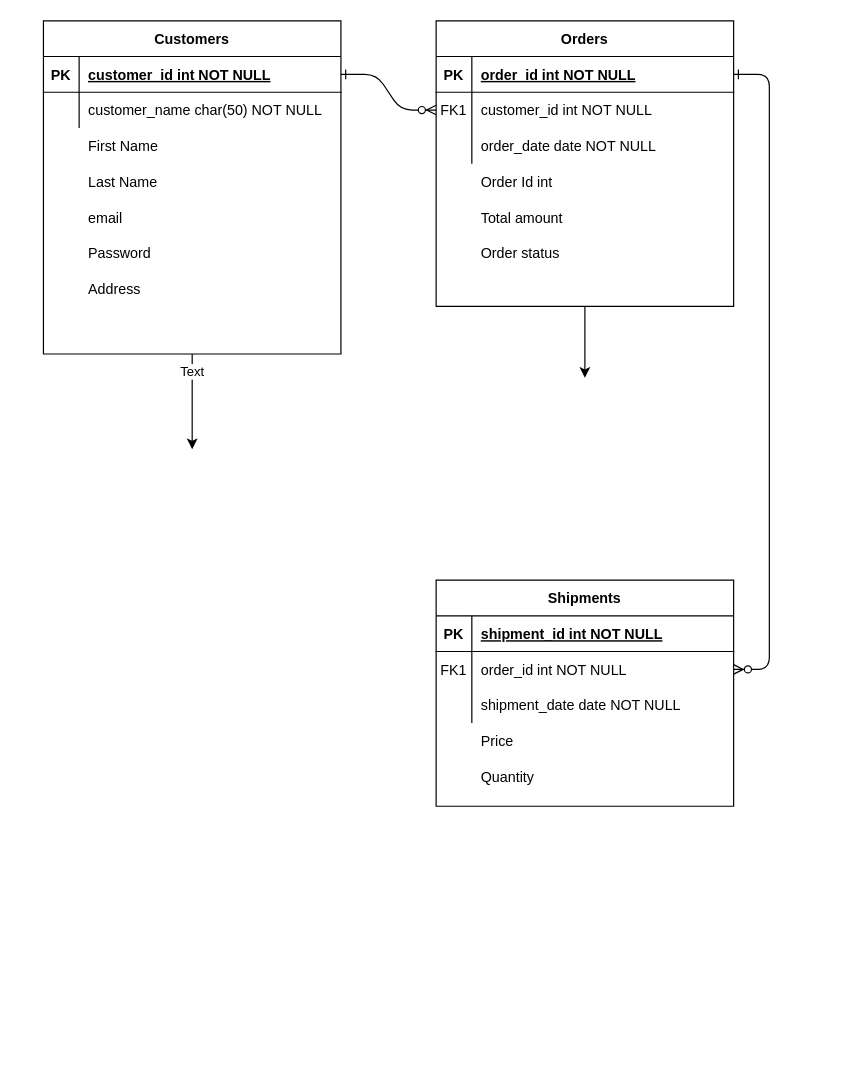
The draw.io diagram ecomapp/public/ecommapp.drawio in Basmo90/ecomm-app, before the edit. Source tidied: cells renumbered, new cells numbered last; positions are measured from the earlier drawing's top-left corner, leaving out a move shared by most shapes. Both pictures are drawn from the tidied source at 119%, with x=0, y=0 at pixel (43, 20).
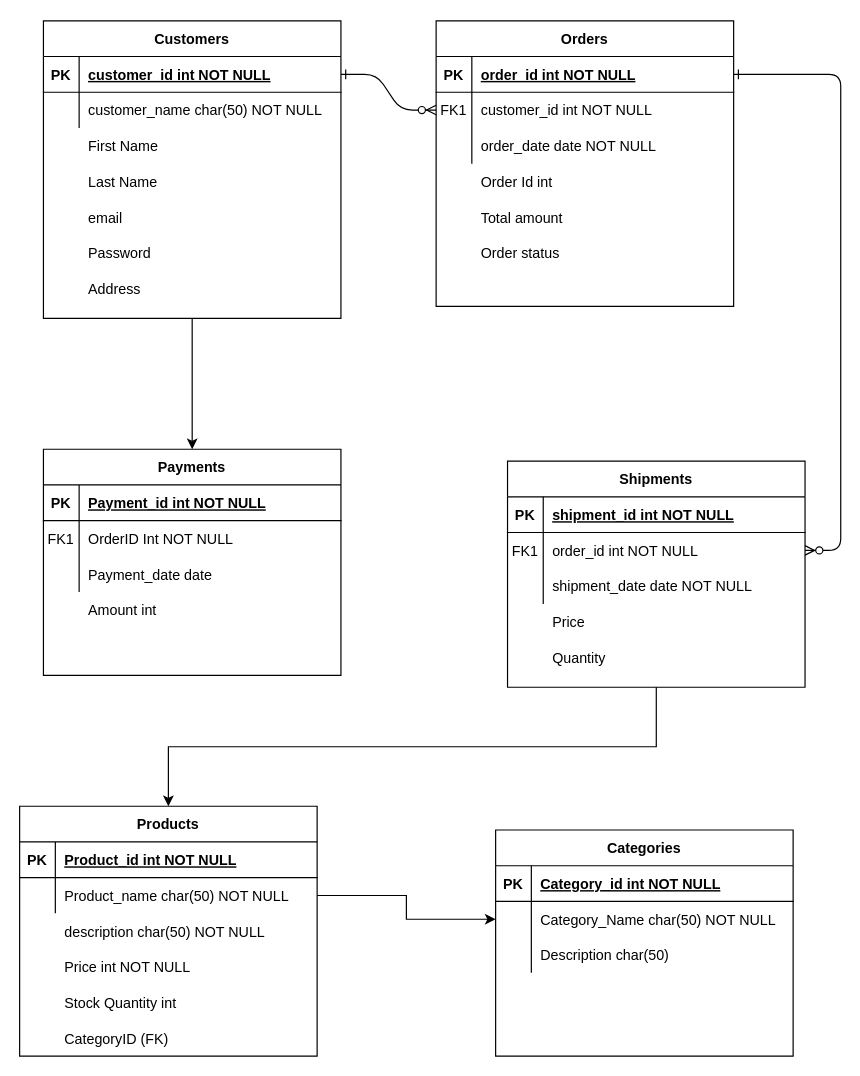
The same page after the edit.

Unchanged cells that the change refers to:
```xml
<mxCell id="5" value="Orders" style="shape=table;startSize=30;childLayout=tableLayout;rowLines=0;fontStyle=1;align=center;" parent="1" vertex="1">
  <mxGeometry x="330" width="250" height="240" as="geometry" />
</mxCell>
<mxCell id="25" style="edgeStyle=orthogonalEdgeStyle;rounded=0;jettySize=auto;html=1;" parent="1" edge="1" source="27">
  <mxGeometry relative="1" as="geometry">
    <mxPoint x="125" y="360" as="targetPoint" />
  </mxGeometry>
</mxCell>
```

What changed in the source:
```diff
@@
-    <mxCell id="4" style="edgeStyle=orthogonalEdgeStyle;rounded=0;jettySize=auto;html=1;exitX=0.5;exitY=1;exitDx=0;exitDy=0;" parent="1" edge="1" source="5">
-      <mxGeometry relative="1" as="geometry">
-        <mxPoint x="455" y="300" as="targetPoint" />
-      </mxGeometry>
-    </mxCell>
@@
-    <mxCell id="15" value="Shipments" style="shape=table;startSize=30;childLayout=tableLayout;rowLines=0;fontStyle=1;align=center;" parent="1" vertex="1">
-      <mxGeometry x="330" y="470" width="250" height="190" as="geometry" />
-    </mxCell>
-    <mxCell id="16" style="shape=partialRectangle;fillColor=none;top=0;left=0;right=0;bottom=1;" parent="15" vertex="1">
-      <mxGeometry y="30" width="250" height="30" as="geometry" />
-    </mxCell>
-    <mxCell id="17" value="PK" style="shape=partialRectangle;overflow=hidden;fillColor=none;top=0;left=0;bottom=0;right=0;fontStyle=1;" parent="16" vertex="1">
-      <mxGeometry width="30" height="30" as="geometry" />
-    </mxCell>
-    <mxCell id="18" value="shipment_id int NOT NULL " style="shape=partialRectangle;overflow=hidden;fillColor=none;top=0;left=0;bottom=0;right=0;align=left;spacingLeft=6;fontStyle=5;" parent="16" vertex="1">
-      <mxGeometry x="30" width="220" height="30" as="geometry" />
-    </mxCell>
-    <mxCell id="19" style="shape=partialRectangle;fillColor=none;points=[[0,0.5],[1,0.5]];portConstraint=eastwest;top=0;left=0;right=0;bottom=0;" parent="15" vertex="1">
-      <mxGeometry y="60" width="250" height="30" as="geometry" />
-    </mxCell>
-    <mxCell id="20" value="FK1" style="shape=partialRectangle;overflow=hidden;fillColor=none;top=0;left=0;bottom=0;right=0;" parent="19" vertex="1">
-      <mxGeometry width="30" height="30" as="geometry" />
-    </mxCell>
-    <mxCell id="21" value="order_id int NOT NULL" style="shape=partialRectangle;overflow=hidden;fillColor=none;top=0;left=0;bottom=0;right=0;align=left;spacingLeft=6;" parent="19" vertex="1">
-      <mxGeometry x="30" width="220" height="30" as="geometry" />
-    </mxCell>
-    <mxCell id="22" style="shape=partialRectangle;fillColor=none;top=0;left=0;right=0;bottom=0;" parent="15" vertex="1">
-      <mxGeometry y="90" width="250" height="30" as="geometry" />
-    </mxCell>
-    <mxCell id="23" style="shape=partialRectangle;overflow=hidden;fillColor=none;top=0;left=0;bottom=0;right=0;" parent="22" vertex="1">
-      <mxGeometry width="30" height="30" as="geometry" />
-    </mxCell>
-    <mxCell id="24" value="shipment_date date NOT NULL" style="shape=partialRectangle;overflow=hidden;fillColor=none;top=0;left=0;bottom=0;right=0;align=left;spacingLeft=6;" parent="22" vertex="1">
-      <mxGeometry x="30" width="220" height="30" as="geometry" />
-    </mxCell>
@@
-    <mxCell id="26" value="Text" style="edgeLabel;html=1;align=center;verticalAlign=middle;" parent="25" vertex="1">
-      <mxGeometry x="-0.07" relative="1" as="geometry">
-        <mxPoint x="-1" y="-23" as="offset" />
-      </mxGeometry>
-    </mxCell>
     <mxCell id="27" value="Customers" style="shape=table;startSize=30;childLayout=tableLayout;rowLines=0;fontStyle=1;align=center;" parent="1" vertex="1">
-      <mxGeometry width="250" height="280" as="geometry" />
+      <mxGeometry width="250" height="250" as="geometry" />
     </mxCell>
@@
+    <mxCell id="44" value="Categories" style="shape=table;startSize=30;childLayout=tableLayout;rowLines=0;fontStyle=1;align=center;" parent="1" vertex="1">
+      <mxGeometry x="380" y="680" width="250" height="190" as="geometry" />
+    </mxCell>
+    <mxCell id="45" style="shape=partialRectangle;fillColor=none;top=0;left=0;right=0;bottom=1;" parent="44" vertex="1">
+      <mxGeometry y="30" width="250" height="30" as="geometry" />
+    </mxCell>
+    <mxCell id="46" value="PK" style="shape=partialRectangle;overflow=hidden;fillColor=none;top=0;left=0;bottom=0;right=0;fontStyle=1;" parent="45" vertex="1">
+      <mxGeometry width="30" height="30" as="geometry" />
+    </mxCell>
+    <mxCell id="47" value="Category_id int NOT NULL " style="shape=partialRectangle;overflow=hidden;fillColor=none;top=0;left=0;bottom=0;right=0;align=left;spacingLeft=6;fontStyle=5;" parent="45" vertex="1">
+      <mxGeometry x="30" width="220" height="30" as="geometry" />
+    </mxCell>
+    <mxCell id="48" style="shape=partialRectangle;fillColor=none;points=[[0,0.5],[1,0.5]];portConstraint=eastwest;top=0;left=0;right=0;bottom=0;" parent="44" vertex="1">
+      <mxGeometry y="60" width="250" height="30" as="geometry" />
+    </mxCell>
+    <mxCell id="49" style="shape=partialRectangle;overflow=hidden;fillColor=none;top=0;left=0;bottom=0;right=0;" parent="48" vertex="1">
+      <mxGeometry width="30" height="30" as="geometry" />
+    </mxCell>
+    <mxCell id="50" value="Category_Name char(50) NOT NULL" style="shape=partialRectangle;overflow=hidden;fillColor=none;top=0;left=0;bottom=0;right=0;align=left;spacingLeft=6;" parent="48" vertex="1">
+      <mxGeometry x="30" width="220" height="30" as="geometry" />
+    </mxCell>
+    <mxCell id="51" style="shape=partialRectangle;fillColor=none;top=0;left=0;right=0;bottom=0;" parent="44" vertex="1">
+      <mxGeometry y="90" width="250" height="30" as="geometry" />
+    </mxCell>
+    <mxCell id="52" style="shape=partialRectangle;overflow=hidden;fillColor=none;top=0;left=0;bottom=0;right=0;" parent="51" vertex="1">
+      <mxGeometry width="30" height="30" as="geometry" />
+    </mxCell>
+    <mxCell id="53" value="Description char(50) " style="shape=partialRectangle;overflow=hidden;fillColor=none;top=0;left=0;bottom=0;right=0;align=left;spacingLeft=6;" parent="51" vertex="1">
+      <mxGeometry x="30" width="220" height="30" as="geometry" />
+    </mxCell>
+    <mxCell id="54" style="group;" parent="1" vertex="1">
+      <mxGeometry x="390" y="370" width="250" height="190" as="geometry" />
+    </mxCell>
+    <mxCell id="15" value="Shipments" style="shape=table;startSize=30;childLayout=tableLayout;rowLines=0;fontStyle=1;align=center;" parent="54" vertex="1">
+      <mxGeometry width="250" height="190" as="geometry" />
+    </mxCell>
+    <mxCell id="16" style="shape=partialRectangle;fillColor=none;top=0;left=0;right=0;bottom=1;" parent="15" vertex="1">
+      <mxGeometry y="30" width="250" height="30" as="geometry" />
+    </mxCell>
+    <mxCell id="17" value="PK" style="shape=partialRectangle;overflow=hidden;fillColor=none;top=0;left=0;bottom=0;right=0;fontStyle=1;" parent="16" vertex="1">
+      <mxGeometry width="30" height="30" as="geometry" />
+    </mxCell>
+    <mxCell id="18" value="shipment_id int NOT NULL " style="shape=partialRectangle;overflow=hidden;fillColor=none;top=0;left=0;bottom=0;right=0;align=left;spacingLeft=6;fontStyle=5;" parent="16" vertex="1">
+      <mxGeometry x="30" width="220" height="30" as="geometry" />
+    </mxCell>
+    <mxCell id="19" style="shape=partialRectangle;fillColor=none;points=[[0,0.5],[1,0.5]];portConstraint=eastwest;top=0;left=0;right=0;bottom=0;" parent="15" vertex="1">
+      <mxGeometry y="60" width="250" height="30" as="geometry" />
+    </mxCell>
+    <mxCell id="20" value="FK1" style="shape=partialRectangle;overflow=hidden;fillColor=none;top=0;left=0;bottom=0;right=0;" parent="19" vertex="1">
+      <mxGeometry width="30" height="30" as="geometry" />
+    </mxCell>
+    <mxCell id="21" value="order_id int NOT NULL" style="shape=partialRectangle;overflow=hidden;fillColor=none;top=0;left=0;bottom=0;right=0;align=left;spacingLeft=6;" parent="19" vertex="1">
+      <mxGeometry x="30" width="220" height="30" as="geometry" />
+    </mxCell>
+    <mxCell id="22" style="shape=partialRectangle;fillColor=none;top=0;left=0;right=0;bottom=0;" parent="15" vertex="1">
+      <mxGeometry y="90" width="250" height="30" as="geometry" />
+    </mxCell>
+    <mxCell id="23" style="shape=partialRectangle;overflow=hidden;fillColor=none;top=0;left=0;bottom=0;right=0;" parent="22" vertex="1">
+      <mxGeometry width="30" height="30" as="geometry" />
+    </mxCell>
+    <mxCell id="24" value="shipment_date date NOT NULL" style="shape=partialRectangle;overflow=hidden;fillColor=none;top=0;left=0;bottom=0;right=0;align=left;spacingLeft=6;" parent="22" vertex="1">
+      <mxGeometry x="30" width="220" height="30" as="geometry" />
+    </mxCell>
-    <mxCell id="42" value="Price " style="shape=partialRectangle;overflow=hidden;fillColor=none;top=0;left=0;bottom=0;right=0;align=left;spacingLeft=6;" parent="1" vertex="1">
-      <mxGeometry x="360" y="590" width="220" height="30" as="geometry" />
+    <mxCell id="42" value="Price " style="shape=partialRectangle;overflow=hidden;fillColor=none;top=0;left=0;bottom=0;right=0;align=left;spacingLeft=6;" parent="54" vertex="1">
+      <mxGeometry x="30" y="120" width="220" height="30" as="geometry" />
     </mxCell>
-    <mxCell id="43" value="Quantity" style="shape=partialRectangle;overflow=hidden;fillColor=none;top=0;left=0;bottom=0;right=0;align=left;spacingLeft=6;" parent="1" vertex="1">
-      <mxGeometry x="360" y="620" width="220" height="30" as="geometry" />
+    <mxCell id="43" value="Quantity" style="shape=partialRectangle;overflow=hidden;fillColor=none;top=0;left=0;bottom=0;right=0;align=left;spacingLeft=6;" parent="54" vertex="1">
+      <mxGeometry x="30" y="150" width="220" height="30" as="geometry" />
     </mxCell>
+    <mxCell id="55" style="group;" parent="1" vertex="1">
+      <mxGeometry x="-20" y="660" width="250" height="210" as="geometry" />
+    </mxCell>
+    <mxCell id="56" value="Products" style="shape=table;startSize=30;childLayout=tableLayout;rowLines=0;fontStyle=1;align=center;" parent="55" vertex="1">
+      <mxGeometry width="250" height="210" as="geometry" />
+    </mxCell>
+    <mxCell id="57" style="shape=partialRectangle;fillColor=none;top=0;left=0;right=0;bottom=1;" parent="56" vertex="1">
+      <mxGeometry y="30" width="250" height="30" as="geometry" />
+    </mxCell>
+    <mxCell id="58" value="PK" style="shape=partialRectangle;overflow=hidden;fillColor=none;top=0;left=0;bottom=0;right=0;fontStyle=1;" parent="57" vertex="1">
+      <mxGeometry width="30" height="30" as="geometry" />
+    </mxCell>
+    <mxCell id="59" value="Product_id int NOT NULL " style="shape=partialRectangle;overflow=hidden;fillColor=none;top=0;left=0;bottom=0;right=0;align=left;spacingLeft=6;fontStyle=5;" parent="57" vertex="1">
+      <mxGeometry x="30" width="220" height="30" as="geometry" />
+    </mxCell>
+    <mxCell id="60" style="shape=partialRectangle;fillColor=none;points=[[0,0.5],[1,0.5]];portConstraint=eastwest;top=0;left=0;right=0;bottom=0;" parent="56" vertex="1">
+      <mxGeometry y="60" width="250" height="30" as="geometry" />
+    </mxCell>
+    <mxCell id="61" style="shape=partialRectangle;overflow=hidden;fillColor=none;top=0;left=0;bottom=0;right=0;" parent="60" vertex="1">
+      <mxGeometry width="30" height="30" as="geometry" />
+    </mxCell>
+    <mxCell id="62" value="Product_name char(50) NOT NULL" style="shape=partialRectangle;overflow=hidden;fillColor=none;top=0;left=0;bottom=0;right=0;align=left;spacingLeft=6;" parent="60" vertex="1">
+      <mxGeometry x="30" width="220" height="30" as="geometry" />
+    </mxCell>
+    <mxCell id="63" value="description char(50) NOT NULL" style="shape=partialRectangle;overflow=hidden;fillColor=none;top=0;left=0;bottom=0;right=0;align=left;spacingLeft=6;" parent="55" vertex="1">
+      <mxGeometry x="30" y="90" width="220" height="30" as="geometry" />
+    </mxCell>
+    <mxCell id="64" value="Price int NOT NULL" style="shape=partialRectangle;overflow=hidden;fillColor=none;top=0;left=0;bottom=0;right=0;align=left;spacingLeft=6;" parent="55" vertex="1">
+      <mxGeometry x="30" y="120" width="220" height="30" as="geometry" />
+    </mxCell>
+    <mxCell id="65" value="Stock Quantity int" style="shape=partialRectangle;overflow=hidden;fillColor=none;top=0;left=0;bottom=0;right=0;align=left;spacingLeft=6;" parent="55" vertex="1">
+      <mxGeometry x="30" y="150" width="220" height="30" as="geometry" />
+    </mxCell>
+    <mxCell id="66" value="CategoryID (FK)" style="shape=partialRectangle;overflow=hidden;fillColor=none;top=0;left=0;bottom=0;right=0;align=left;spacingLeft=6;" parent="55" vertex="1">
+      <mxGeometry x="30" y="180" width="220" height="30" as="geometry" />
+    </mxCell>
+    <mxCell id="67" style="group;" parent="1" vertex="1">
+      <mxGeometry y="360" width="250" height="190" as="geometry" />
+    </mxCell>
+    <mxCell id="68" value="Payments" style="shape=table;startSize=30;childLayout=tableLayout;rowLines=0;fontStyle=1;align=center;" parent="67" vertex="1">
+      <mxGeometry width="250" height="190" as="geometry" />
+    </mxCell>
+    <mxCell id="69" style="shape=partialRectangle;fillColor=none;top=0;left=0;right=0;bottom=1;" parent="68" vertex="1">
+      <mxGeometry y="30" width="250" height="30" as="geometry" />
+    </mxCell>
+    <mxCell id="70" value="PK" style="shape=partialRectangle;overflow=hidden;fillColor=none;top=0;left=0;bottom=0;right=0;fontStyle=1;" parent="69" vertex="1">
+      <mxGeometry width="30" height="30" as="geometry" />
+    </mxCell>
+    <mxCell id="71" value="Payment_id int NOT NULL " style="shape=partialRectangle;overflow=hidden;fillColor=none;top=0;left=0;bottom=0;right=0;align=left;spacingLeft=6;fontStyle=5;" parent="69" vertex="1">
+      <mxGeometry x="30" width="220" height="30" as="geometry" />
+    </mxCell>
+    <mxCell id="72" style="shape=partialRectangle;fillColor=none;top=0;left=0;right=0;bottom=0;" parent="68" vertex="1">
+      <mxGeometry y="60" width="250" height="30" as="geometry" />
+    </mxCell>
+    <mxCell id="73" value="FK1" style="shape=partialRectangle;overflow=hidden;fillColor=none;top=0;left=0;bottom=0;right=0;" parent="72" vertex="1">
+      <mxGeometry width="30" height="30" as="geometry" />
+    </mxCell>
+    <mxCell id="74" value="OrderID Int NOT NULL" style="shape=partialRectangle;overflow=hidden;fillColor=none;top=0;left=0;bottom=0;right=0;align=left;spacingLeft=6;" parent="72" vertex="1">
+      <mxGeometry x="30" width="220" height="30" as="geometry" />
+    </mxCell>
+    <mxCell id="75" style="shape=partialRectangle;fillColor=none;top=0;left=0;right=0;bottom=0;" parent="68" vertex="1">
+      <mxGeometry y="90" width="250" height="30" as="geometry" />
+    </mxCell>
+    <mxCell id="76" style="shape=partialRectangle;overflow=hidden;fillColor=none;top=0;left=0;bottom=0;right=0;" parent="75" vertex="1">
+      <mxGeometry width="30" height="30" as="geometry" />
+    </mxCell>
+    <mxCell id="77" value="Payment_date date" style="shape=partialRectangle;overflow=hidden;fillColor=none;top=0;left=0;bottom=0;right=0;align=left;spacingLeft=6;" parent="75" vertex="1">
+      <mxGeometry x="30" width="220" height="30" as="geometry" />
+    </mxCell>
+    <mxCell id="78" value="Amount int" style="shape=partialRectangle;overflow=hidden;fillColor=none;top=0;left=0;bottom=0;right=0;align=left;spacingLeft=6;" parent="67" vertex="1">
+      <mxGeometry x="30" y="120" width="220" height="30" as="geometry" />
+    </mxCell>
+    <mxCell id="79" style="edgeStyle=orthogonalEdgeStyle;rounded=0;jettySize=auto;html=1;exitX=0.5;exitY=1;exitDx=0;exitDy=0;entryX=0.5;entryY=0;entryDx=0;entryDy=0;" parent="1" edge="1" source="15" target="56">
+      <mxGeometry relative="1" as="geometry" />
+    </mxCell>
+    <mxCell id="80" style="edgeStyle=orthogonalEdgeStyle;rounded=0;jettySize=auto;html=1;exitX=1;exitY=0.5;exitDx=0;exitDy=0;entryX=0;entryY=0.5;entryDx=0;entryDy=0;" parent="1" edge="1" source="60" target="48">
+      <mxGeometry relative="1" as="geometry" />
+    </mxCell>
```
